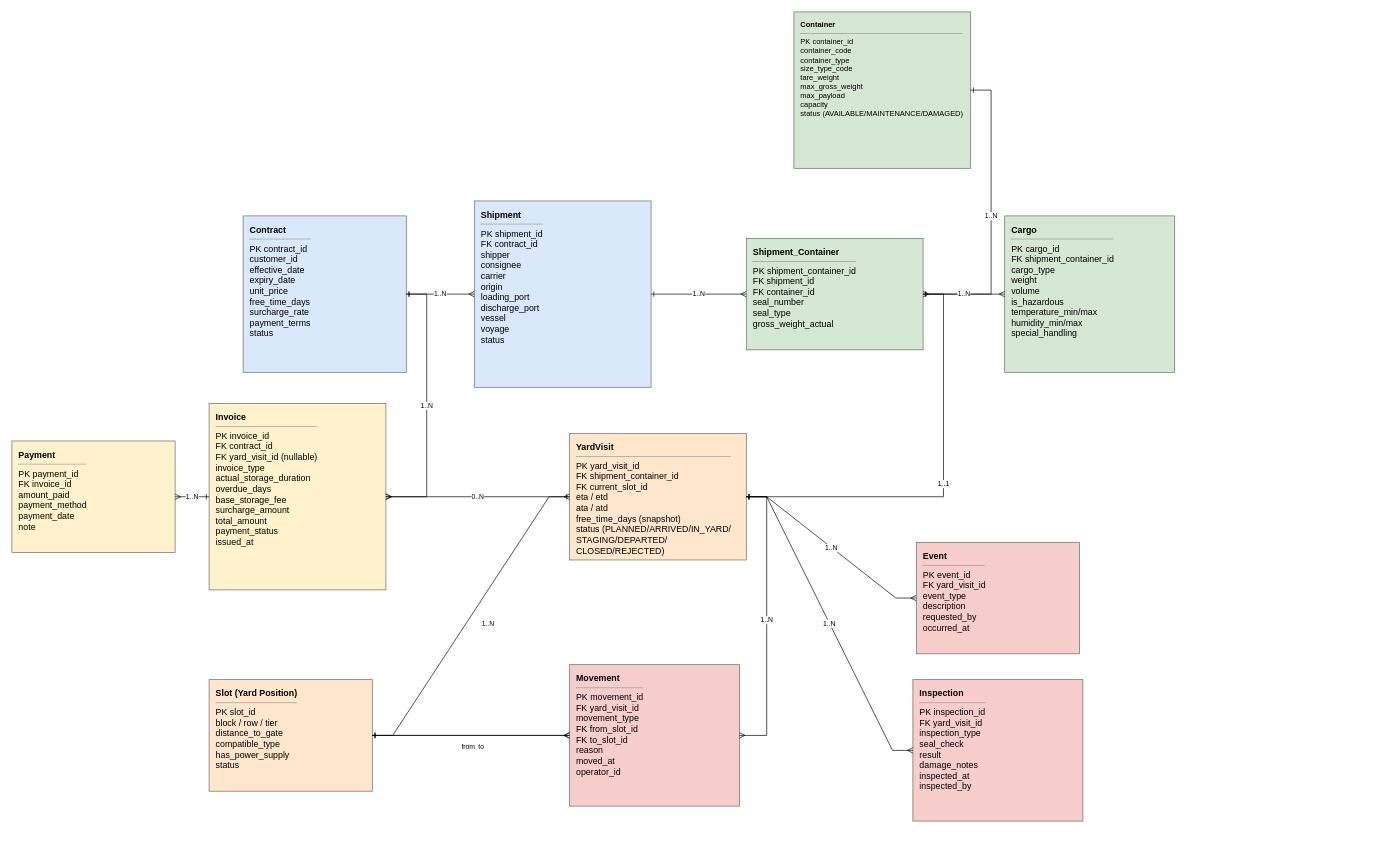
ColorOfDreams/ContainerYardManagement keeps this draw.io diagram as docs/SRS_ERD_Kho_bai_Container _v1.drawio. Above is the earlier version. Source tidied: cells renumbered, new cells numbered last; positions are measured from the earlier drawing's top-left corner, leaving out a move shared by most shapes. Both pictures are drawn from the tidied source at 68%, with x=0, y=0 at pixel (12, 12).
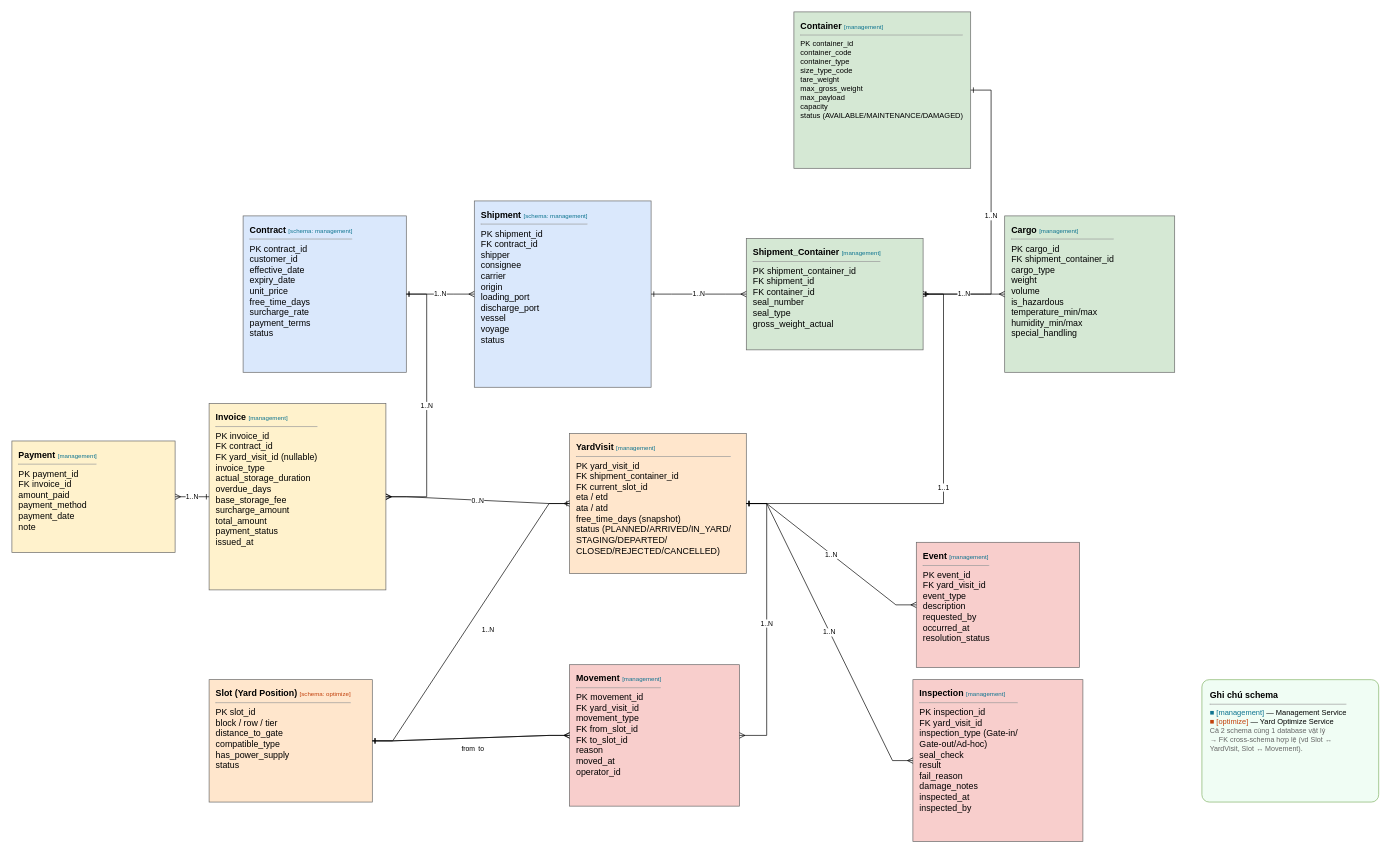
The same diagram, later.

Commit message (it also covers changes not shown here):
update HLD, ERD, API docs

The edit, as a diff of the source:
```diff
@@
-    <mxCell id="2" value="&lt;font style=&quot;font-size: 13px;&quot;&gt;&lt;b&gt;Contract&lt;/b&gt;&lt;br&gt;&lt;/font&gt;&lt;hr size=&quot;1&quot;&gt;&lt;font style=&quot;font-size: 13px;&quot;&gt;PK contract_id&lt;br&gt;customer_id&lt;br&gt;effective_date&lt;br&gt;expiry_date&lt;br&gt;unit_price&lt;br&gt;free_time_days&lt;br&gt;surcharge_rate&lt;br&gt;payment_terms&lt;br&gt;status&lt;/font&gt;" style="rounded=0;whiteSpace=wrap;html=1;align=left;verticalAlign=top;spacingLeft=8;spacingTop=6;fontSize=11;fontFamily=Helvetica;strokeColor=#666666;fillColor=#dae8fc;" parent="1" vertex="1">
+    <mxCell id="2" value="&lt;font style=&quot;font-size: 13px;&quot;&gt;&lt;b&gt;Contract&lt;/b&gt; &lt;font style=&quot;font-size: 9px; color: #0E7490;&quot;&gt;[schema: management]&lt;/font&gt;&lt;br&gt;&lt;/font&gt;&lt;hr size=&quot;1&quot;&gt;&lt;font style=&quot;font-size: 13px;&quot;&gt;PK contract_id&lt;br&gt;customer_id&lt;br&gt;effective_date&lt;br&gt;expiry_date&lt;br&gt;unit_price&lt;br&gt;free_time_days&lt;br&gt;surcharge_rate&lt;br&gt;payment_terms&lt;br&gt;status&lt;/font&gt;" style="rounded=0;whiteSpace=wrap;html=1;align=left;verticalAlign=top;spacingLeft=8;spacingTop=6;fontSize=11;fontFamily=Helvetica;strokeColor=#666666;fillColor=#dae8fc;" parent="1" vertex="1">
       <mxGeometry x="340" y="300" width="240" height="230" as="geometry" />
     </mxCell>
-    <mxCell id="3" value="&lt;font style=&quot;font-size: 13px;&quot;&gt;&lt;b&gt;Shipment&lt;/b&gt;&lt;br&gt;&lt;/font&gt;&lt;hr size=&quot;1&quot;&gt;&lt;font style=&quot;font-size: 13px;&quot;&gt;PK shipment_id&lt;br&gt;FK contract_id&lt;br&gt;shipper&lt;br&gt;consignee&lt;br&gt;carrier&lt;br&gt;origin&lt;br&gt;loading_port&lt;br&gt;discharge_port&lt;br&gt;vessel&lt;br&gt;voyage&lt;br&gt;status&lt;/font&gt;" style="rounded=0;whiteSpace=wrap;html=1;align=left;verticalAlign=top;spacingLeft=8;spacingTop=6;fontSize=11;fontFamily=Helvetica;strokeColor=#666666;fillColor=#dae8fc;" parent="1" vertex="1">
+    <mxCell id="3" value="&lt;font style=&quot;font-size: 13px;&quot;&gt;&lt;b&gt;Shipment&lt;/b&gt; &lt;font style=&quot;font-size: 9px; color: #0E7490;&quot;&gt;[schema: management]&lt;/font&gt;&lt;br&gt;&lt;/font&gt;&lt;hr size=&quot;1&quot;&gt;&lt;font style=&quot;font-size: 13px;&quot;&gt;PK shipment_id&lt;br&gt;FK contract_id&lt;br&gt;shipper&lt;br&gt;consignee&lt;br&gt;carrier&lt;br&gt;origin&lt;br&gt;loading_port&lt;br&gt;discharge_port&lt;br&gt;vessel&lt;br&gt;voyage&lt;br&gt;status&lt;/font&gt;" style="rounded=0;whiteSpace=wrap;html=1;align=left;verticalAlign=top;spacingLeft=8;spacingTop=6;fontSize=11;fontFamily=Helvetica;strokeColor=#666666;fillColor=#dae8fc;" parent="1" vertex="1">
       <mxGeometry x="680" y="278" width="260" height="274" as="geometry" />
     </mxCell>
-    <mxCell id="4" value="&lt;font style=&quot;font-size: 13px;&quot;&gt;&lt;b&gt;Shipment_Container&lt;/b&gt;&lt;br&gt;&lt;/font&gt;&lt;hr size=&quot;1&quot;&gt;&lt;font style=&quot;font-size: 13px;&quot;&gt;PK shipment_container_id&lt;br&gt;FK shipment_id&lt;br&gt;FK container_id&lt;br&gt;seal_number&lt;br&gt;seal_type&lt;br&gt;gross_weight_actual&lt;/font&gt;" style="rounded=0;whiteSpace=wrap;html=1;align=left;verticalAlign=top;spacingLeft=8;spacingTop=6;fontSize=11;fontFamily=Helvetica;strokeColor=#666666;fillColor=#d5e8d4;" parent="1" vertex="1">
+    <mxCell id="4" value="&lt;font style=&quot;font-size: 13px;&quot;&gt;&lt;b&gt;Shipment_Container&lt;/b&gt; &lt;font style=&quot;font-size: 9px; color: #0E7490;&quot;&gt;[management]&lt;/font&gt;&lt;br&gt;&lt;/font&gt;&lt;hr size=&quot;1&quot;&gt;&lt;font style=&quot;font-size: 13px;&quot;&gt;PK shipment_container_id&lt;br&gt;FK shipment_id&lt;br&gt;FK container_id&lt;br&gt;seal_number&lt;br&gt;seal_type&lt;br&gt;gross_weight_actual&lt;/font&gt;" style="rounded=0;whiteSpace=wrap;html=1;align=left;verticalAlign=top;spacingLeft=8;spacingTop=6;fontSize=11;fontFamily=Helvetica;strokeColor=#666666;fillColor=#d5e8d4;" parent="1" vertex="1">
       <mxGeometry x="1080" y="333" width="260" height="164" as="geometry" />
     </mxCell>
-    <mxCell id="5" value="&lt;font style=&quot;font-size: 13px;&quot;&gt;&lt;b&gt;Cargo&lt;/b&gt;&lt;br&gt;&lt;/font&gt;&lt;hr size=&quot;1&quot;&gt;&lt;font style=&quot;font-size: 13px;&quot;&gt;PK cargo_id&lt;br&gt;FK shipment_container_id&lt;br&gt;cargo_type&lt;br&gt;weight&lt;br&gt;volume&lt;br&gt;is_hazardous&lt;br&gt;temperature_min/max&lt;br&gt;humidity_min/max&lt;br&gt;special_handling&lt;/font&gt;" style="rounded=0;whiteSpace=wrap;html=1;align=left;verticalAlign=top;spacingLeft=8;spacingTop=6;fontSize=11;fontFamily=Helvetica;strokeColor=#666666;fillColor=#d5e8d4;" parent="1" vertex="1">
+    <mxCell id="5" value="&lt;font style=&quot;font-size: 13px;&quot;&gt;&lt;b&gt;Cargo&lt;/b&gt; &lt;font style=&quot;font-size: 9px; color: #0E7490;&quot;&gt;[management]&lt;/font&gt;&lt;br&gt;&lt;/font&gt;&lt;hr size=&quot;1&quot;&gt;&lt;font style=&quot;font-size: 13px;&quot;&gt;PK cargo_id&lt;br&gt;FK shipment_container_id&lt;br&gt;cargo_type&lt;br&gt;weight&lt;br&gt;volume&lt;br&gt;is_hazardous&lt;br&gt;temperature_min/max&lt;br&gt;humidity_min/max&lt;br&gt;special_handling&lt;/font&gt;" style="rounded=0;whiteSpace=wrap;html=1;align=left;verticalAlign=top;spacingLeft=8;spacingTop=6;fontSize=11;fontFamily=Helvetica;strokeColor=#666666;fillColor=#d5e8d4;" parent="1" vertex="1">
       <mxGeometry x="1460" y="300" width="250" height="230" as="geometry" />
     </mxCell>
-    <mxCell id="6" value="&lt;font style=&quot;font-size: 13px;&quot;&gt;&lt;b&gt;Slot (Yard Position)&lt;/b&gt;&lt;br&gt;&lt;/font&gt;&lt;hr size=&quot;1&quot;&gt;&lt;font style=&quot;font-size: 13px;&quot;&gt;PK slot_id&lt;br&gt;block / row / tier&lt;br&gt;distance_to_gate&lt;br&gt;compatible_type&lt;br&gt;has_power_supply&lt;br&gt;status&lt;/font&gt;" style="rounded=0;whiteSpace=wrap;html=1;align=left;verticalAlign=top;spacingLeft=8;spacingTop=6;fontSize=11;fontFamily=Helvetica;strokeColor=#666666;fillColor=#ffe6cc;" parent="1" vertex="1">
-      <mxGeometry x="290" y="982" width="240" height="164" as="geometry" />
+    <mxCell id="6" value="&lt;font style=&quot;font-size: 13px;&quot;&gt;&lt;b&gt;Slot (Yard Position)&lt;/b&gt; &lt;font style=&quot;font-size: 9px; color: #C2410C;&quot;&gt;[schema: optimize]&lt;/font&gt;&lt;br&gt;&lt;/font&gt;&lt;hr size=&quot;1&quot;&gt;&lt;font style=&quot;font-size: 13px;&quot;&gt;PK slot_id&lt;br&gt;block / row / tier&lt;br&gt;distance_to_gate&lt;br&gt;compatible_type&lt;br&gt;has_power_supply&lt;br&gt;status&lt;/font&gt;" style="rounded=0;whiteSpace=wrap;html=1;align=left;verticalAlign=top;spacingLeft=8;spacingTop=6;fontSize=11;fontFamily=Helvetica;strokeColor=#666666;fillColor=#ffe6cc;" parent="1" vertex="1">
+      <mxGeometry x="290" y="982" width="240" height="180" as="geometry" />
     </mxCell>
-    <mxCell id="7" value="&lt;font style=&quot;font-size: 13px;&quot;&gt;&lt;b style=&quot;&quot;&gt;YardVisit&lt;/b&gt;&lt;br&gt;&lt;/font&gt;&lt;hr size=&quot;1&quot;&gt;&lt;font style=&quot;font-size: 13px;&quot;&gt;PK yard_visit_id&lt;br&gt;FK shipment_container_id&lt;br&gt;FK current_slot_id&lt;br&gt;eta / etd&lt;br&gt;ata / atd&lt;br&gt;free_time_days (snapshot)&lt;br&gt;status (PLANNED/ARRIVED/IN_YARD/&lt;/font&gt;&lt;div&gt;&lt;font style=&quot;font-size: 13px;&quot;&gt;STAGING/DEPARTED/&lt;/font&gt;&lt;/div&gt;&lt;div&gt;&lt;font style=&quot;font-size: 13px;&quot;&gt;CLOSED/REJECTED)&lt;/font&gt;&lt;/div&gt;" style="rounded=0;whiteSpace=wrap;html=1;align=left;verticalAlign=top;spacingLeft=8;spacingTop=6;fontSize=11;fontFamily=Helvetica;strokeColor=#666666;fillColor=#ffe6cc;" parent="1" vertex="1">
-      <mxGeometry x="820" y="620" width="260" height="186" as="geometry" />
+    <mxCell id="7" value="&lt;font style=&quot;font-size: 13px;&quot;&gt;&lt;b style=&quot;&quot;&gt;YardVisit&lt;/b&gt; &lt;font style=&quot;font-size: 9px; color: #0E7490;&quot;&gt;[management]&lt;/font&gt;&lt;br&gt;&lt;/font&gt;&lt;hr size=&quot;1&quot;&gt;&lt;font style=&quot;font-size: 13px;&quot;&gt;PK yard_visit_id&lt;br&gt;FK shipment_container_id&lt;br&gt;FK current_slot_id&lt;br&gt;eta / etd&lt;br&gt;ata / atd&lt;br&gt;free_time_days (snapshot)&lt;br&gt;status (PLANNED/ARRIVED/IN_YARD/&lt;/font&gt;&lt;div&gt;&lt;font style=&quot;font-size: 13px;&quot;&gt;STAGING/DEPARTED/&lt;/font&gt;&lt;/div&gt;&lt;div&gt;&lt;font style=&quot;font-size: 13px;&quot;&gt;CLOSED/REJECTED/CANCELLED)&lt;/font&gt;&lt;/div&gt;" style="rounded=0;whiteSpace=wrap;html=1;align=left;verticalAlign=top;spacingLeft=8;spacingTop=6;fontSize=11;fontFamily=Helvetica;strokeColor=#666666;fillColor=#ffe6cc;" parent="1" vertex="1">
+      <mxGeometry x="820" y="620" width="260" height="206" as="geometry" />
     </mxCell>
-    <mxCell id="8" value="&lt;b&gt;Container&lt;/b&gt;&lt;br&gt;&lt;hr size=&quot;1&quot;&gt;PK container_id&lt;br&gt;container_code&lt;br&gt;container_type&lt;br&gt;size_type_code&lt;br&gt;tare_weight&lt;br&gt;max_gross_weight&lt;br&gt;max_payload&lt;br&gt;capacity&lt;br&gt;status (AVAILABLE/MAINTENANCE/DAMAGED)" style="rounded=0;whiteSpace=wrap;html=1;align=left;verticalAlign=top;spacingLeft=8;spacingTop=6;fontSize=11;fontFamily=Helvetica;strokeColor=#666666;fillColor=#d5e8d4;" parent="1" vertex="1">
+    <mxCell id="8" value="&lt;font style=&quot;font-size: 13px;&quot;&gt;&lt;b&gt;Container&lt;/b&gt; &lt;font style=&quot;font-size: 9px; color: #0E7490;&quot;&gt;[management]&lt;/font&gt;&lt;/font&gt;&lt;br&gt;&lt;hr size=&quot;1&quot;&gt;PK container_id&lt;br&gt;container_code&lt;br&gt;container_type&lt;br&gt;size_type_code&lt;br&gt;tare_weight&lt;br&gt;max_gross_weight&lt;br&gt;max_payload&lt;br&gt;capacity&lt;br&gt;status (AVAILABLE/MAINTENANCE/DAMAGED)" style="rounded=0;whiteSpace=wrap;html=1;align=left;verticalAlign=top;spacingLeft=8;spacingTop=6;fontSize=11;fontFamily=Helvetica;strokeColor=#666666;fillColor=#d5e8d4;" parent="1" vertex="1">
       <mxGeometry x="1150" width="260" height="230" as="geometry" />
     </mxCell>
-    <mxCell id="9" value="&lt;font style=&quot;font-size: 13px;&quot;&gt;&lt;b&gt;Invoice&lt;/b&gt;&lt;br&gt;&lt;/font&gt;&lt;hr size=&quot;1&quot;&gt;&lt;font style=&quot;font-size: 13px;&quot;&gt;PK invoice_id&lt;br&gt;FK contract_id&lt;br&gt;FK yard_visit_id (nullable)&lt;br&gt;invoice_type&lt;br&gt;actual_storage_duration&lt;br&gt;overdue_days&lt;br&gt;base_storage_fee&lt;br&gt;surcharge_amount&lt;br&gt;total_amount&lt;br&gt;payment_status&lt;br&gt;issued_at&lt;/font&gt;" style="rounded=0;whiteSpace=wrap;html=1;align=left;verticalAlign=top;spacingLeft=8;spacingTop=6;fontSize=11;fontFamily=Helvetica;strokeColor=#666666;fillColor=#fff2cc;" parent="1" vertex="1">
+    <mxCell id="9" value="&lt;font style=&quot;font-size: 13px;&quot;&gt;&lt;b&gt;Invoice&lt;/b&gt; &lt;font style=&quot;font-size: 9px; color: #0E7490;&quot;&gt;[management]&lt;/font&gt;&lt;br&gt;&lt;/font&gt;&lt;hr size=&quot;1&quot;&gt;&lt;font style=&quot;font-size: 13px;&quot;&gt;PK invoice_id&lt;br&gt;FK contract_id&lt;br&gt;FK yard_visit_id (nullable)&lt;br&gt;invoice_type&lt;br&gt;actual_storage_duration&lt;br&gt;overdue_days&lt;br&gt;base_storage_fee&lt;br&gt;surcharge_amount&lt;br&gt;total_amount&lt;br&gt;payment_status&lt;br&gt;issued_at&lt;/font&gt;" style="rounded=0;whiteSpace=wrap;html=1;align=left;verticalAlign=top;spacingLeft=8;spacingTop=6;fontSize=11;fontFamily=Helvetica;strokeColor=#666666;fillColor=#fff2cc;" parent="1" vertex="1">
       <mxGeometry x="290" y="576" width="260" height="274" as="geometry" />
     </mxCell>
-    <mxCell id="10" value="&lt;font style=&quot;font-size: 13px;&quot;&gt;&lt;b&gt;Inspection&lt;/b&gt;&lt;br&gt;&lt;/font&gt;&lt;hr size=&quot;1&quot;&gt;&lt;font style=&quot;font-size: 13px;&quot;&gt;PK inspection_id&lt;br&gt;FK yard_visit_id&lt;br&gt;inspection_type&lt;br&gt;seal_check&lt;br&gt;result&lt;br&gt;damage_notes&lt;br&gt;inspected_at&lt;br&gt;inspected_by&lt;/font&gt;" style="rounded=0;whiteSpace=wrap;html=1;align=left;verticalAlign=top;spacingLeft=8;spacingTop=6;fontSize=11;fontFamily=Helvetica;strokeColor=#666666;fillColor=#f8cecc;" parent="1" vertex="1">
-      <mxGeometry x="1325" y="982" width="250" height="208" as="geometry" />
+    <mxCell id="10" value="&lt;font style=&quot;font-size: 13px;&quot;&gt;&lt;b&gt;Inspection&lt;/b&gt; &lt;font style=&quot;font-size: 9px; color: #0E7490;&quot;&gt;[management]&lt;/font&gt;&lt;br&gt;&lt;/font&gt;&lt;hr size=&quot;1&quot;&gt;&lt;font style=&quot;font-size: 13px;&quot;&gt;PK inspection_id&lt;br&gt;FK yard_visit_id&lt;br&gt;inspection_type (Gate-in/&lt;/font&gt;&lt;div&gt;&lt;font style=&quot;font-size: 13px;&quot;&gt;Gate-out/Ad-hoc)&lt;/font&gt;&lt;/div&gt;&lt;font style=&quot;font-size: 13px;&quot;&gt;seal_check&lt;br&gt;result&lt;br&gt;fail_reason&lt;br&gt;damage_notes&lt;br&gt;inspected_at&lt;br&gt;inspected_by&lt;/font&gt;" style="rounded=0;whiteSpace=wrap;html=1;align=left;verticalAlign=top;spacingLeft=8;spacingTop=6;fontSize=11;fontFamily=Helvetica;strokeColor=#666666;fillColor=#f8cecc;" parent="1" vertex="1">
+      <mxGeometry x="1325" y="982" width="250" height="238" as="geometry" />
     </mxCell>
-    <mxCell id="11" value="&lt;font style=&quot;font-size: 13px;&quot;&gt;&lt;b&gt;Movement&lt;/b&gt;&lt;br&gt;&lt;/font&gt;&lt;hr size=&quot;1&quot;&gt;&lt;font style=&quot;font-size: 13px;&quot;&gt;PK movement_id&lt;br&gt;FK yard_visit_id&lt;br&gt;movement_type&lt;br&gt;FK from_slot_id&lt;br&gt;FK to_slot_id&lt;br&gt;reason&lt;br&gt;moved_at&lt;br&gt;operator_id&lt;/font&gt;" style="rounded=0;whiteSpace=wrap;html=1;align=left;verticalAlign=top;spacingLeft=8;spacingTop=6;fontSize=11;fontFamily=Helvetica;strokeColor=#666666;fillColor=#f8cecc;" parent="1" vertex="1">
+    <mxCell id="11" value="&lt;font style=&quot;font-size: 13px;&quot;&gt;&lt;b&gt;Movement&lt;/b&gt; &lt;font style=&quot;font-size: 9px; color: #0E7490;&quot;&gt;[management]&lt;/font&gt;&lt;br&gt;&lt;/font&gt;&lt;hr size=&quot;1&quot;&gt;&lt;font style=&quot;font-size: 13px;&quot;&gt;PK movement_id&lt;br&gt;FK yard_visit_id&lt;br&gt;movement_type&lt;br&gt;FK from_slot_id&lt;br&gt;FK to_slot_id&lt;br&gt;reason&lt;br&gt;moved_at&lt;br&gt;operator_id&lt;/font&gt;" style="rounded=0;whiteSpace=wrap;html=1;align=left;verticalAlign=top;spacingLeft=8;spacingTop=6;fontSize=11;fontFamily=Helvetica;strokeColor=#666666;fillColor=#f8cecc;" parent="1" vertex="1">
       <mxGeometry x="820" y="960" width="250" height="208" as="geometry" />
     </mxCell>
-    <mxCell id="12" value="&lt;font style=&quot;font-size: 13px;&quot;&gt;&lt;b&gt;Event&lt;/b&gt;&lt;br&gt;&lt;/font&gt;&lt;hr size=&quot;1&quot;&gt;&lt;font style=&quot;font-size: 13px;&quot;&gt;PK event_id&lt;br&gt;FK yard_visit_id&lt;br&gt;event_type&lt;br&gt;description&lt;br&gt;requested_by&lt;br&gt;occurred_at&lt;/font&gt;" style="rounded=0;whiteSpace=wrap;html=1;align=left;verticalAlign=top;spacingLeft=8;spacingTop=6;fontSize=11;fontFamily=Helvetica;strokeColor=#666666;fillColor=#f8cecc;" parent="1" vertex="1">
-      <mxGeometry x="1330" y="780" width="240" height="164" as="geometry" />
+    <mxCell id="12" value="&lt;font style=&quot;font-size: 13px;&quot;&gt;&lt;b&gt;Event&lt;/b&gt; &lt;font style=&quot;font-size: 9px; color: #0E7490;&quot;&gt;[management]&lt;/font&gt;&lt;br&gt;&lt;/font&gt;&lt;hr size=&quot;1&quot;&gt;&lt;font style=&quot;font-size: 13px;&quot;&gt;PK event_id&lt;br&gt;FK yard_visit_id&lt;br&gt;event_type&lt;br&gt;description&lt;br&gt;requested_by&lt;br&gt;occurred_at&lt;br&gt;resolution_status&lt;/font&gt;" style="rounded=0;whiteSpace=wrap;html=1;align=left;verticalAlign=top;spacingLeft=8;spacingTop=6;fontSize=11;fontFamily=Helvetica;strokeColor=#666666;fillColor=#f8cecc;" parent="1" vertex="1">
+      <mxGeometry x="1330" y="780" width="240" height="184" as="geometry" />
     </mxCell>
-    <mxCell id="13" value="&lt;font style=&quot;font-size: 13px;&quot;&gt;&lt;b&gt;Payment&lt;/b&gt;&lt;br&gt;&lt;/font&gt;&lt;hr size=&quot;1&quot;&gt;&lt;font style=&quot;font-size: 13px;&quot;&gt;PK payment_id&lt;br&gt;FK invoice_id&lt;br&gt;amount_paid&lt;br&gt;payment_method&lt;br&gt;payment_date&lt;br&gt;note&lt;/font&gt;" style="rounded=0;whiteSpace=wrap;html=1;align=left;verticalAlign=top;spacingLeft=8;spacingTop=6;fontSize=11;fontFamily=Helvetica;strokeColor=#666666;fillColor=#fff2cc;" parent="1" vertex="1">
+    <mxCell id="13" value="&lt;font style=&quot;font-size: 13px;&quot;&gt;&lt;b&gt;Payment&lt;/b&gt; &lt;font style=&quot;font-size: 9px; color: #0E7490;&quot;&gt;[management]&lt;/font&gt;&lt;br&gt;&lt;/font&gt;&lt;hr size=&quot;1&quot;&gt;&lt;font style=&quot;font-size: 13px;&quot;&gt;PK payment_id&lt;br&gt;FK invoice_id&lt;br&gt;amount_paid&lt;br&gt;payment_method&lt;br&gt;payment_date&lt;br&gt;note&lt;/font&gt;" style="rounded=0;whiteSpace=wrap;html=1;align=left;verticalAlign=top;spacingLeft=8;spacingTop=6;fontSize=11;fontFamily=Helvetica;strokeColor=#666666;fillColor=#fff2cc;" parent="1" vertex="1">
       <mxGeometry y="631" width="240" height="164" as="geometry" />
     </mxCell>
+    <mxCell id="28" value="&lt;b style=&quot;font-size: 13px;&quot;&gt;Ghi chú schema&lt;/b&gt;&lt;hr size=&quot;1&quot;&gt;&lt;font style=&quot;font-size: 11px; color: #0E7490;&quot;&gt;■ [management]&lt;/font&gt; — Management Service&lt;br&gt;&lt;font style=&quot;font-size: 11px; color: #C2410C;&quot;&gt;■ [optimize]&lt;/font&gt; — Yard Optimize Service&lt;br&gt;&lt;font style=&quot;font-size: 10.5px; color: #666666;&quot;&gt;Cả 2 schema cùng 1 database vật lý&lt;br&gt;→ FK cross-schema hợp lệ (vd Slot ↔&lt;br&gt;YardVisit, Slot ↔ Movement).&lt;/font&gt;" style="rounded=1;arcSize=6;whiteSpace=wrap;html=1;align=left;verticalAlign=top;spacingLeft=10;spacingTop=8;fontSize=11;fontFamily=Helvetica;strokeColor=#82b366;fillColor=#F0FDF4;" parent="1" vertex="1">
+      <mxGeometry x="1750" y="982" width="260" height="180" as="geometry" />
+    </mxCell>
```
